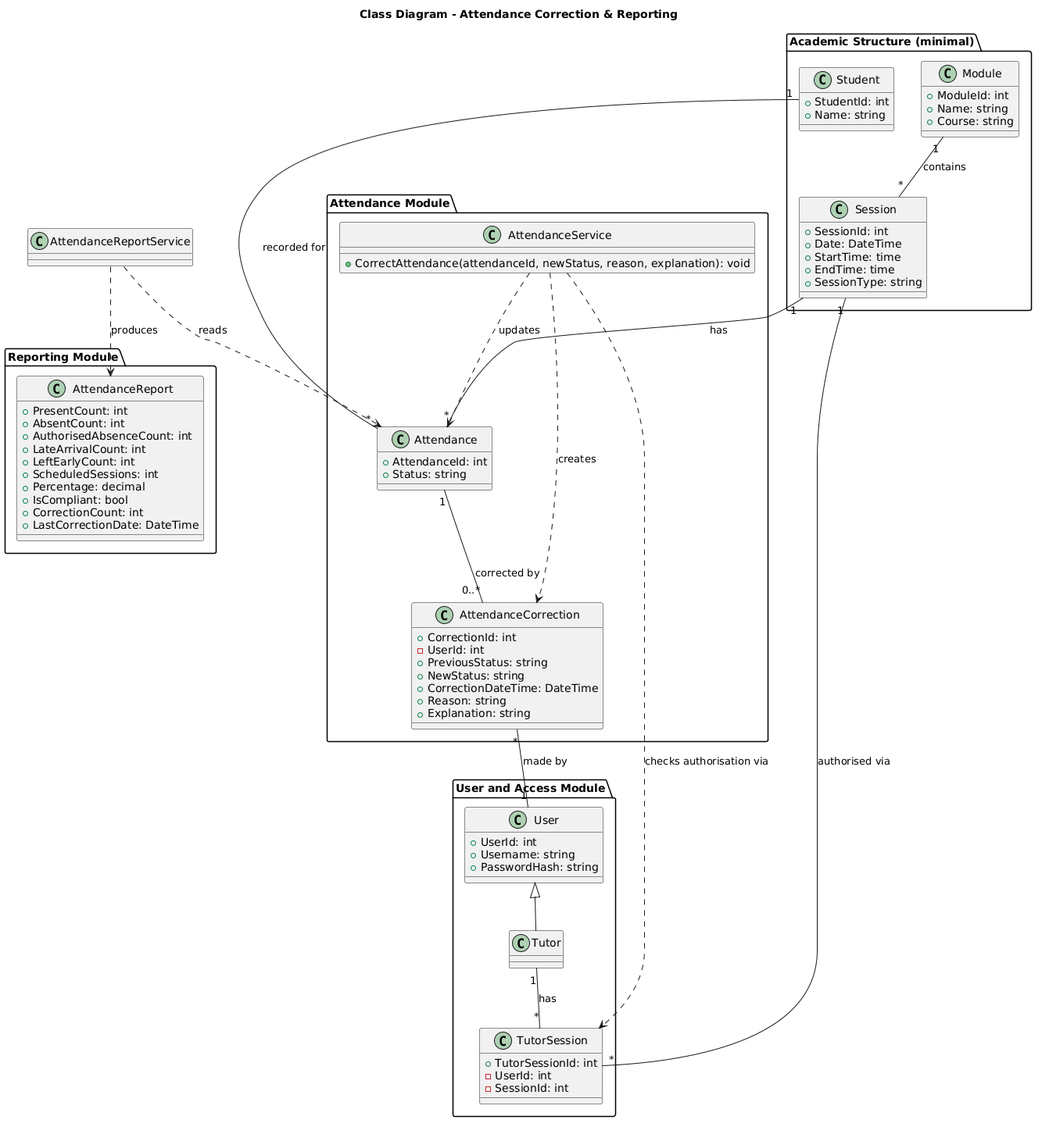
Above: out/diagrams/class-diagram/AttendanceMonitoringSystemClassDiagram.png in Shelly855/attendance-monitoring-copy (PlantUML), before the change.
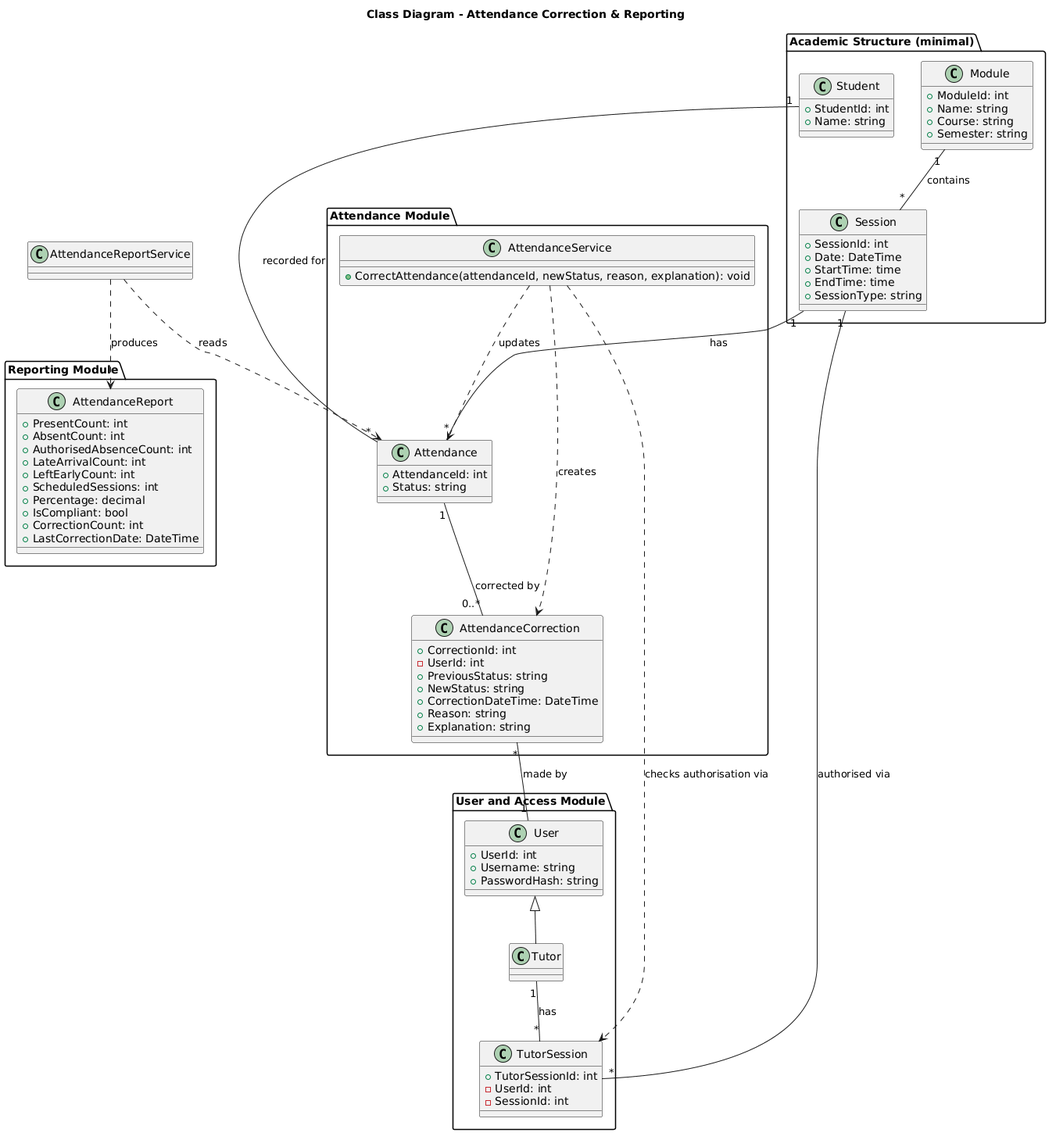
After the commit.

Diff of the diagram source:
```diff
@@ -62,6 +62,7 @@
     +ModuleId: int
     +Name: string
     +Course: string
+    +Semester: string
   }
   class Session {
     +SessionId: int
```
